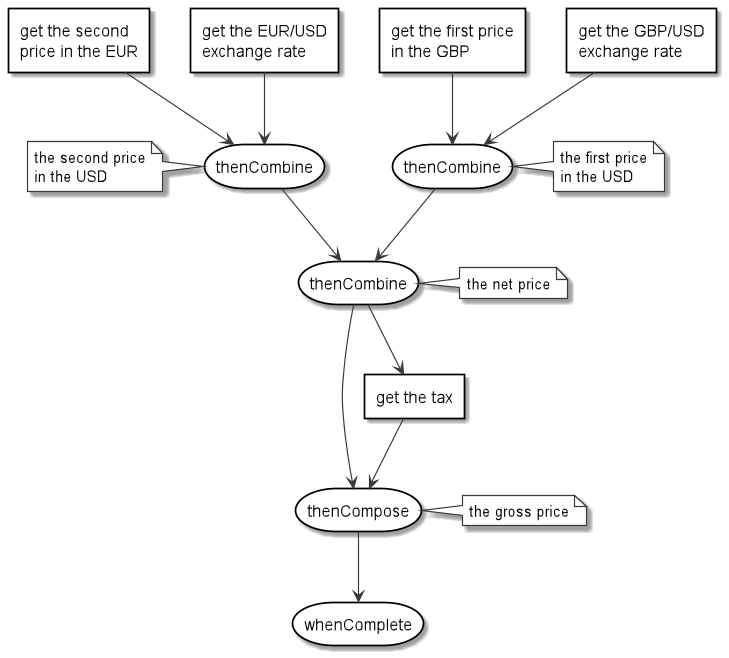
The PlantUML diagram images/CompletableFuture_API_example.png in ti-cortex-m4/demo-java-completablefuture, before a commit. The source it was exported from:
```plantuml
@startuml

scale 1.0
skinparam monochrome true
skinparam RectangleBackgroundColor white
skinparam StorageBackgroundColor white
skinparam NoteBackgroundColor white

rectangle "get the first price\nin the GBP" as step1
rectangle "get the GBP/USD\nexchange rate" as step2
storage  "thenCombine" as step3
note right of step3: the first price\nin the USD

rectangle "get the second\nprice in the EUR" as step4
rectangle "get the EUR/USD\nexchange rate" as step5
storage  "thenCombine" as step6
note left of step6: the second price\nin the USD

storage  "thenCombine" as step7
note right of step7: the net price

rectangle "get the tax" as step7b

storage  "thenCompose" as step8
note right of step8: the gross price

storage  "whenComplete" as step9

step1 --> step3
step2 --> step3

step4 --> step6
step5 --> step6

step3 --> step7
step6 --> step7

step7 --> step7b
step7 --> step8
step7b --> step8

step8 --> step9

@enduml
```
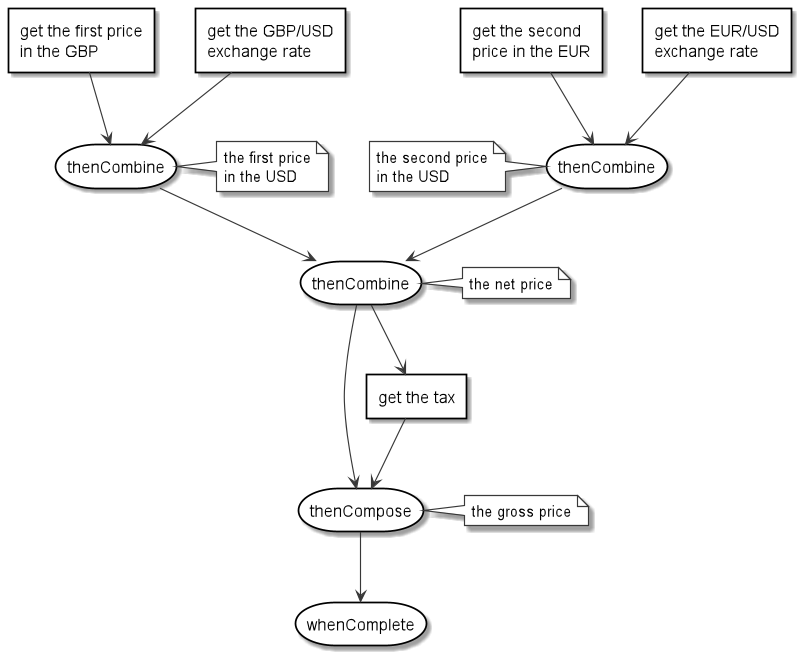
After the commit.

Diff of the diagram source:
```diff
@@ -6,15 +6,15 @@
 skinparam StorageBackgroundColor white
 skinparam NoteBackgroundColor white
 
+rectangle "get the second\nprice in the EUR" as step4
+rectangle "get the EUR/USD\nexchange rate" as step5
+storage  "thenCombine" as step6
+note left of step6: the second price\nin the USD
+
 rectangle "get the first price\nin the GBP" as step1
 rectangle "get the GBP/USD\nexchange rate" as step2
 storage  "thenCombine" as step3
 note right of step3: the first price\nin the USD
-
-rectangle "get the second\nprice in the EUR" as step4
-rectangle "get the EUR/USD\nexchange rate" as step5
-storage  "thenCombine" as step6
-note left of step6: the second price\nin the USD
 
 storage  "thenCombine" as step7
 note right of step7: the net price
```
